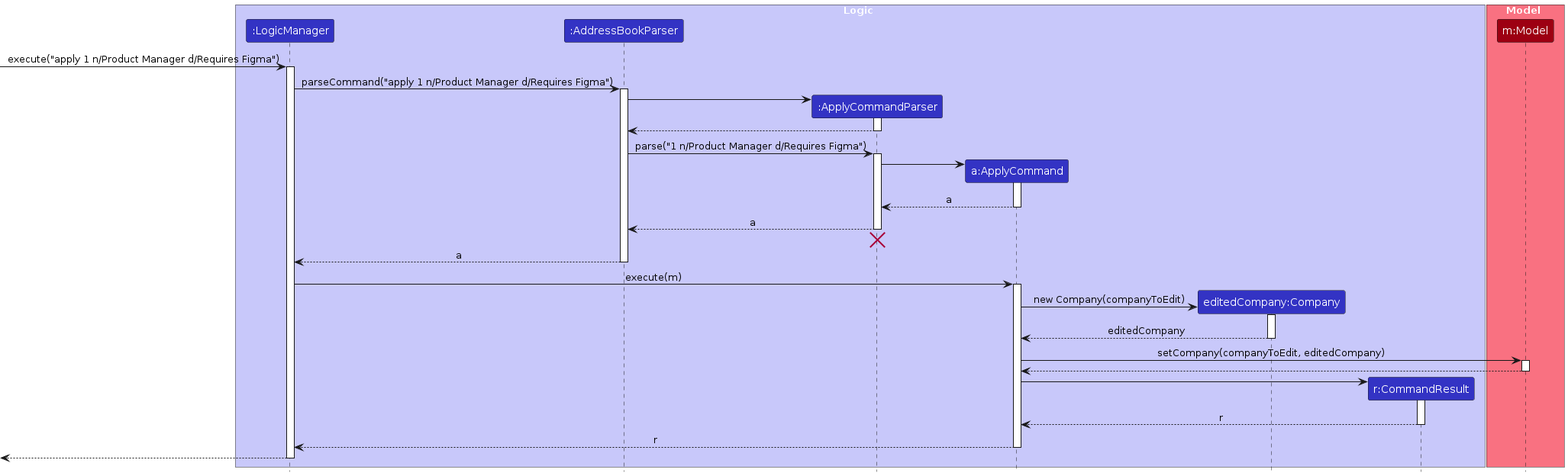
The PlantUML diagram diagrams/ApplyCommandSequence.png in AY2425S1-CS2103T-T09-1/tp, before a commit. Its source is kept beside it as diagrams/ApplyCommandSequence.puml.
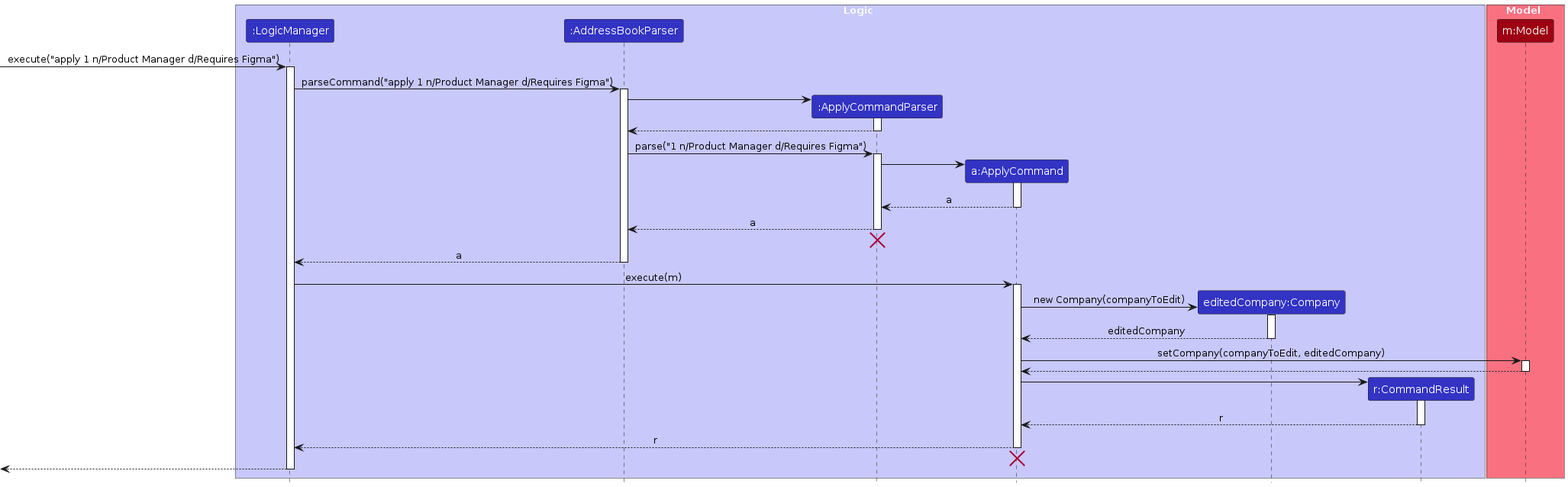
After the commit.

What changed in the source:
```diff
@@ -73,6 +73,9 @@
 ApplyCommand --> LogicManager : r
 deactivate ApplyCommand
 
+ApplyCommand -[hidden]-> LogicManager
+destroy ApplyCommand
+
 [<-- LogicManager
 deactivate LogicManager
 @enduml
```
